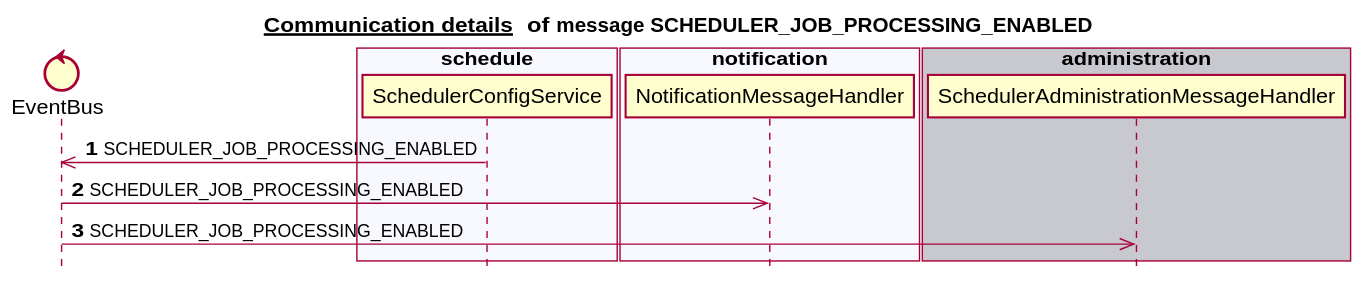
mercedes-benz/sechub keeps this PlantUML diagram as docs/latest/images/gen_domain_messaging_scheduler_job_processing_enabled.svg. Above is the earlier version.
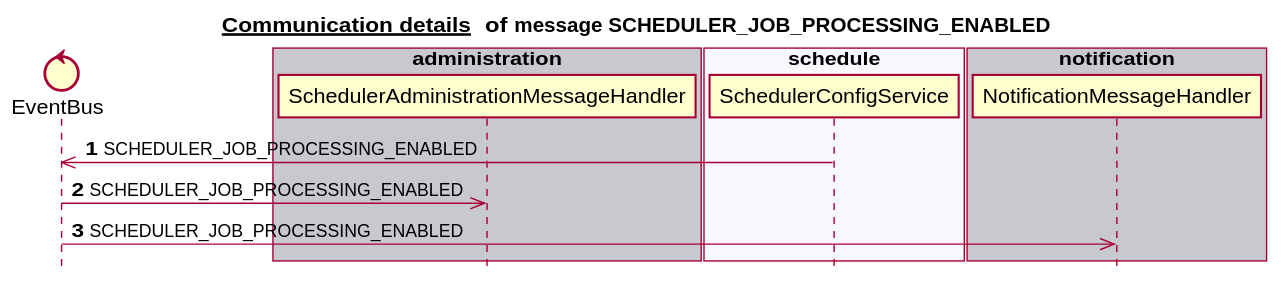
The same file after the commit.

Change to the diagram source:
```diff
@@ -6,23 +6,23 @@
 
 
 control EventBus
-box "scan" #C8C8CF
+box "authorization" #C8C8CF
+end box
+box "scan" #F8F8FF
+end box
+box "administration" #C8C8CF
+   participant SchedulerAdministrationMessageHandler
 end box
 box "schedule" #F8F8FF
    participant SchedulerConfigService
 end box
-box "authorization" #C8C8CF
-end box
-box "notification" #F8F8FF
+box "notification" #C8C8CF
    participant NotificationMessageHandler
-end box
-box "administration" #C8C8CF
-   participant SchedulerAdministrationMessageHandler
 end box
 autonumber 1
 SchedulerConfigService ->> EventBus:SCHEDULER_JOB_PROCESSING_ENABLED
+EventBus ->> SchedulerAdministrationMessageHandler:SCHEDULER_JOB_PROCESSING_ENABLED
 EventBus ->> NotificationMessageHandler:SCHEDULER_JOB_PROCESSING_ENABLED
-EventBus ->> SchedulerAdministrationMessageHandler:SCHEDULER_JOB_PROCESSING_ENABLED
 autonumber stop
 
 
```
